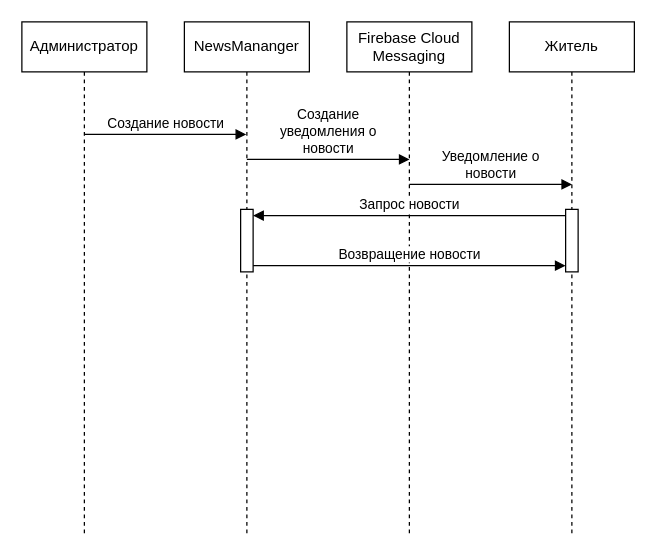
The draw.io diagram page "Новости" (3 of 3) of diagrams/sequence_diagram.drawio in ArthurDavletov/ufanet_practice_zheu, before the edit. Source tidied: cells renumbered, new cells numbered last; positions are measured from the earlier drawing's top-left corner, leaving out a move shared by most shapes. Both pictures are drawn from the tidied source at 125%, with x=0, y=0 at pixel (21, 21).
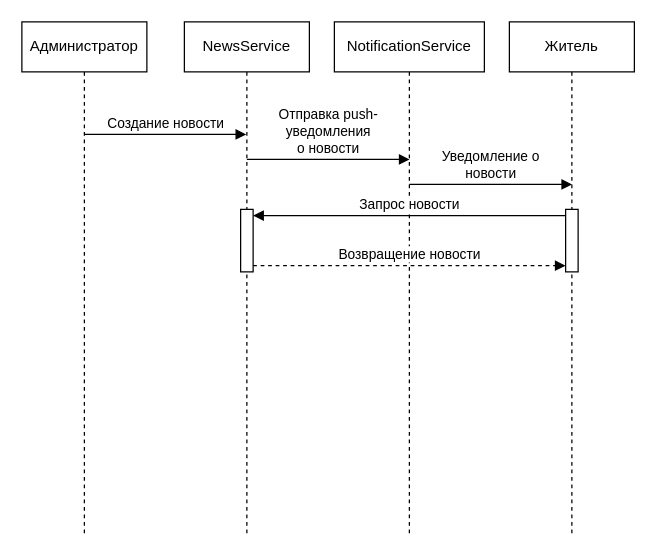
The same page after the edit.

Diff of the diagram source:
```diff
@@
 <mxGraphModel>
   <root>
     <mxCell id="0" />
     <mxCell id="1" parent="0" />
     <mxCell id="2" value="Житель" style="shape=umlLifeline;perimeter=lifelinePerimeter;whiteSpace=wrap;html=1;newEdgeStyle={&quot;curved&quot;:0,&quot;rounded&quot;:0};" parent="1" vertex="1">
       <mxGeometry x="390" width="100" height="410" as="geometry" />
     </mxCell>
     <mxCell id="3" style="html=1;points=[[0,0,0,0,5],[0,1,0,0,-5],[1,0,0,0,5],[1,1,0,0,-5]];perimeter=orthogonalPerimeter;outlineConnect=0;targetShapes=umlLifeline;portConstraint=eastwest;newEdgeStyle={&quot;curved&quot;:0,&quot;rounded&quot;:0};" parent="2" vertex="1">
       <mxGeometry x="45" y="150" width="10" height="50" as="geometry" />
     </mxCell>
-    <mxCell id="4" value="NewsMananger" style="shape=umlLifeline;perimeter=lifelinePerimeter;whiteSpace=wrap;html=1;outlineConnect=0;portConstraint=eastwest;newEdgeStyle={&quot;curved&quot;:0,&quot;rounded&quot;:0};" parent="1" vertex="1">
+    <mxCell id="4" value="NewsService" style="shape=umlLifeline;perimeter=lifelinePerimeter;whiteSpace=wrap;html=1;outlineConnect=0;portConstraint=eastwest;newEdgeStyle={&quot;curved&quot;:0,&quot;rounded&quot;:0};" parent="1" vertex="1">
       <mxGeometry x="130" width="100" height="410" as="geometry" />
     </mxCell>
     <mxCell id="5" style="html=1;points=[[0,0,0,0,5],[0,1,0,0,-5],[1,0,0,0,5],[1,1,0,0,-5]];perimeter=orthogonalPerimeter;outlineConnect=0;targetShapes=umlLifeline;portConstraint=eastwest;newEdgeStyle={&quot;curved&quot;:0,&quot;rounded&quot;:0};" parent="4" vertex="1">
       <mxGeometry x="45" y="150" width="10" height="50" as="geometry" />
     </mxCell>
-    <mxCell id="6" value="Firebase Cloud Messaging" style="shape=umlLifeline;perimeter=lifelinePerimeter;whiteSpace=wrap;html=1;newEdgeStyle={&quot;curved&quot;:0,&quot;rounded&quot;:0};" parent="1" vertex="1">
-      <mxGeometry x="260" width="100" height="409.8" as="geometry" />
+    <mxCell id="6" value="NotificationService" style="shape=umlLifeline;perimeter=lifelinePerimeter;whiteSpace=wrap;html=1;newEdgeStyle={&quot;curved&quot;:0,&quot;rounded&quot;:0};" parent="1" vertex="1">
+      <mxGeometry x="250" width="120" height="409.8" as="geometry" />
     </mxCell>
     <mxCell id="7" value="Администратор" style="shape=umlLifeline;perimeter=lifelinePerimeter;whiteSpace=wrap;html=1;newEdgeStyle={&quot;curved&quot;:0,&quot;rounded&quot;:0};" parent="1" vertex="1">
       <mxGeometry width="100" height="410" as="geometry" />
     </mxCell>
     <mxCell id="8" value="Создание новости" style="html=1;verticalAlign=bottom;endArrow=block;curved=0;rounded=0;" parent="1" edge="1" target="4">
       <mxGeometry relative="1" as="geometry">
         <mxPoint x="49.8" y="90" as="sourcePoint" />
       </mxGeometry>
     </mxCell>
-    <mxCell id="9" value="Создание&lt;div&gt;уведомления о&lt;div&gt;новости&lt;/div&gt;&lt;/div&gt;" style="html=1;verticalAlign=bottom;endArrow=block;curved=0;rounded=0;" parent="1" edge="1">
+    <mxCell id="9" value="Отправка push-&lt;div&gt;уведомления&lt;/div&gt;&lt;div&gt;о новости&lt;/div&gt;" style="html=1;verticalAlign=bottom;endArrow=block;curved=0;rounded=0;" parent="1" edge="1">
       <mxGeometry relative="1" as="geometry">
         <mxPoint x="180" y="110" as="sourcePoint" />
         <mxPoint x="310.2" y="110" as="targetPoint" />
       </mxGeometry>
     </mxCell>
     <mxCell id="10" value="Уведомление о&lt;div&gt;новости&lt;/div&gt;" style="html=1;verticalAlign=bottom;endArrow=block;curved=0;rounded=0;" parent="1" edge="1">
       <mxGeometry relative="1" as="geometry">
         <mxPoint x="310" y="130" as="sourcePoint" />
         <mxPoint x="440.2" y="130" as="targetPoint" />
       </mxGeometry>
     </mxCell>
     <mxCell id="11" value="Запрос новости" style="html=1;verticalAlign=bottom;endArrow=block;curved=0;rounded=0;exitX=0;exitY=0;exitDx=0;exitDy=5;exitPerimeter=0;entryX=1;entryY=0;entryDx=0;entryDy=5;entryPerimeter=0;" parent="1" edge="1" source="3" target="5">
       <mxGeometry relative="1" as="geometry" />
     </mxCell>
-    <mxCell id="12" value="Возвращение новости" style="html=1;verticalAlign=bottom;endArrow=block;curved=0;rounded=0;exitX=1;exitY=1;exitDx=0;exitDy=-5;exitPerimeter=0;entryX=0;entryY=1;entryDx=0;entryDy=-5;entryPerimeter=0;" parent="1" edge="1" source="5" target="3">
+    <mxCell id="12" value="Возвращение новости" style="html=1;verticalAlign=bottom;endArrow=block;curved=0;rounded=0;exitX=1;exitY=1;exitDx=0;exitDy=-5;exitPerimeter=0;entryX=0;entryY=1;entryDx=0;entryDy=-5;entryPerimeter=0;dashed=1;" parent="1" edge="1" source="5" target="3">
       <mxGeometry relative="1" as="geometry" />
     </mxCell>
   </root>
 </mxGraphModel>
```
